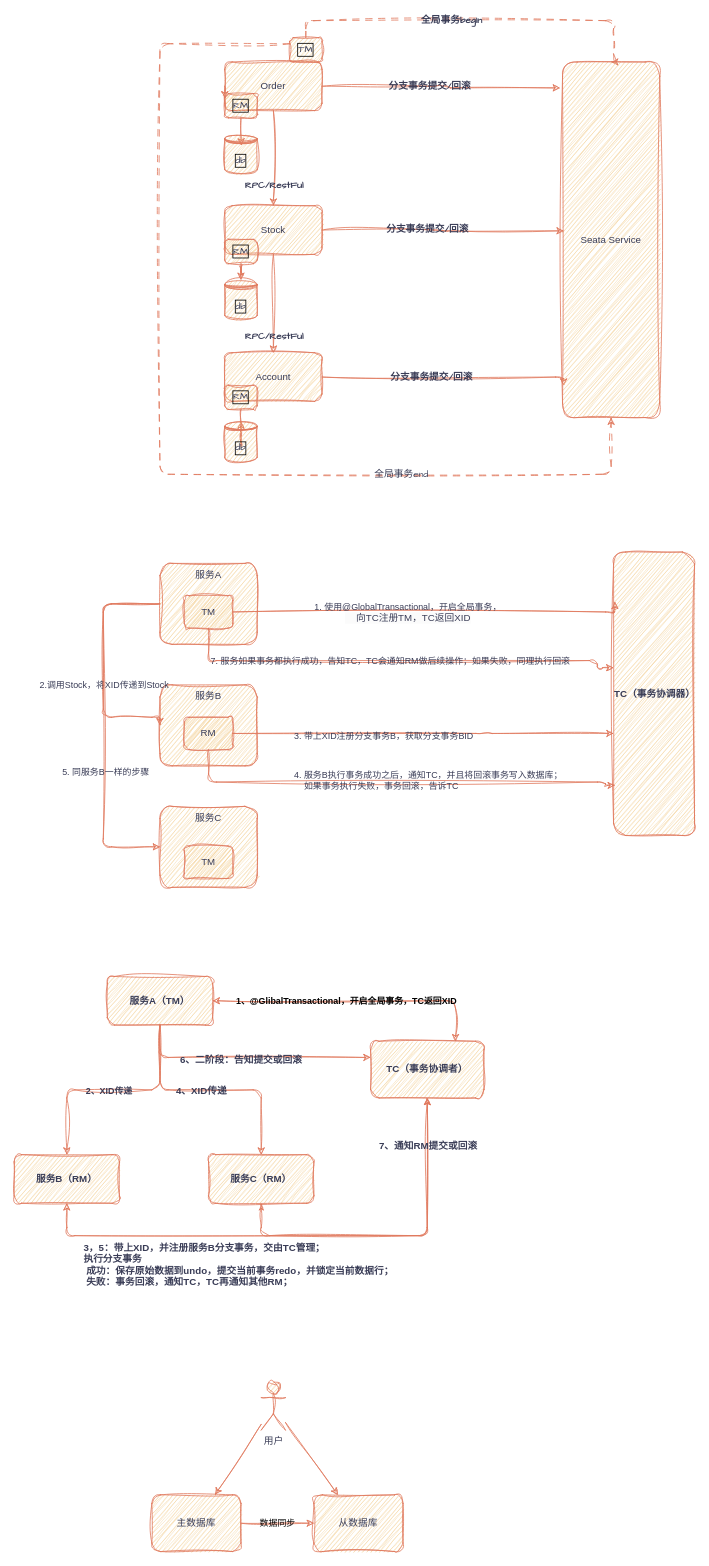
Earlier version of the draw.io diagram 分布式事务.drawio (lints123/draw_project). Source tidied: cells renumbered, new cells numbered last; positions are measured from the earlier drawing's top-left corner, leaving out a move shared by most shapes. Both pictures are drawn from the tidied source at 81%, with x=0, y=0 at pixel (14, 20).
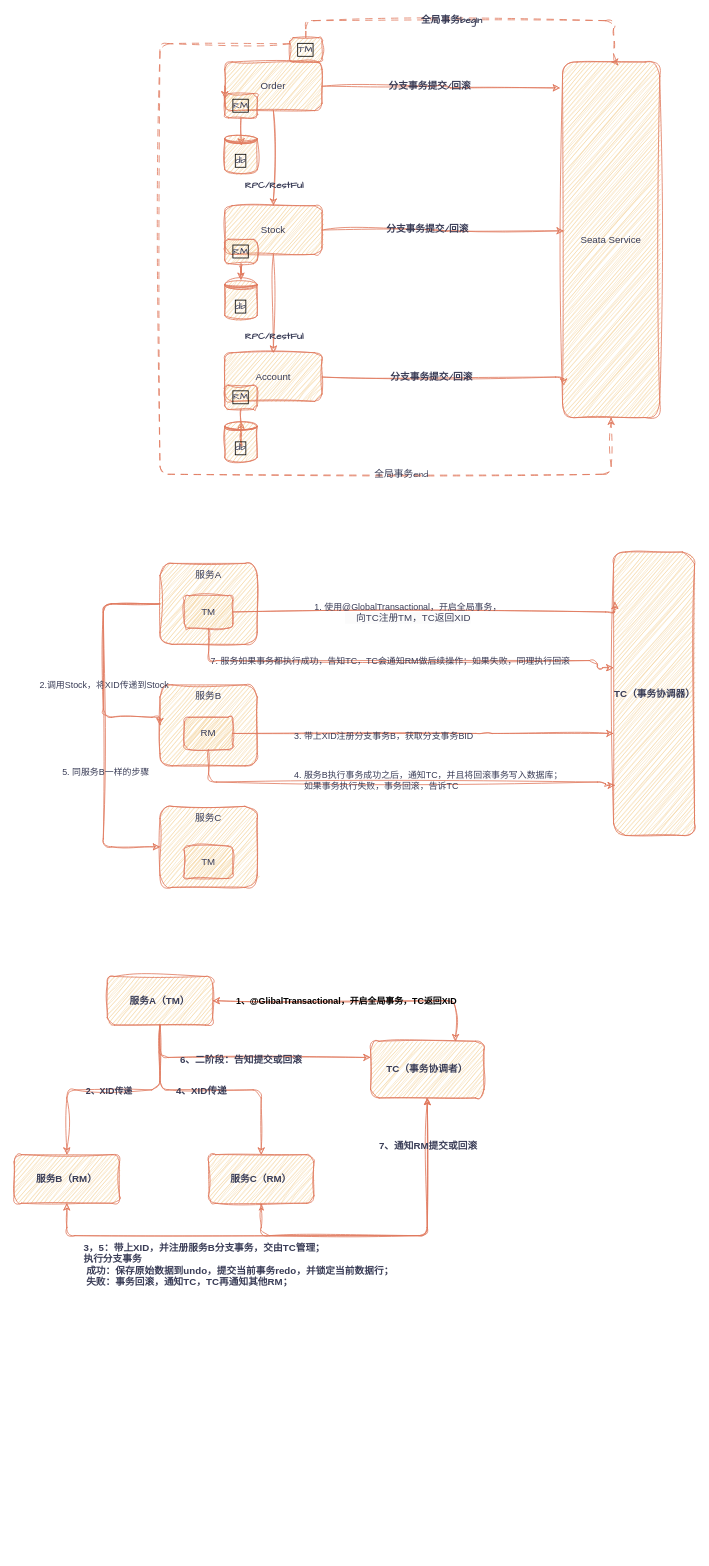
Above is the later version.

Commit message (it also covers changes not shown here):
更新分布式事务.drawio

Diff of the diagram source:
```diff
@@
-    <mxCell id="65" value="数据同步" style="edgeStyle=orthogonalEdgeStyle;rounded=1;jettySize=auto;html=1;entryX=0;entryY=0.5;entryDx=0;entryDy=0;sketch=1;curveFitting=1;jiggle=2;labelBackgroundColor=none;strokeColor=#E07A5F;fontColor=default;" parent="1" edge="1" source="66" target="70">
-      <mxGeometry relative="1" as="geometry" />
-    </mxCell>
-    <mxCell id="66" value="主数据库" style="rounded=1;whiteSpace=wrap;html=1;sketch=1;curveFitting=1;jiggle=2;labelBackgroundColor=none;fillColor=#F2CC8F;strokeColor=#E07A5F;fontColor=#393C56;" parent="1" vertex="1">
-      <mxGeometry x="170" y="1820" width="110" height="70" as="geometry" />
-    </mxCell>
-    <mxCell id="67" style="rounded=1;jettySize=auto;html=1;sketch=1;curveFitting=1;jiggle=2;labelBackgroundColor=none;strokeColor=#E07A5F;fontColor=default;" parent="1" edge="1" source="69" target="66">
-      <mxGeometry relative="1" as="geometry" />
-    </mxCell>
-    <mxCell id="68" style="rounded=1;jettySize=auto;html=1;sketch=1;curveFitting=1;jiggle=2;labelBackgroundColor=none;strokeColor=#E07A5F;fontColor=default;" parent="1" edge="1" source="69" target="70">
-      <mxGeometry relative="1" as="geometry" />
-    </mxCell>
-    <mxCell id="69" value="用户" style="shape=umlActor;verticalLabelPosition=bottom;verticalAlign=top;html=1;rounded=1;sketch=1;curveFitting=1;jiggle=2;labelBackgroundColor=none;fillColor=#F2CC8F;strokeColor=#E07A5F;fontColor=#393C56;" parent="1" vertex="1">
-      <mxGeometry x="305" y="1680" width="30" height="60" as="geometry" />
-    </mxCell>
-    <mxCell id="70" value="从数据库" style="rounded=1;whiteSpace=wrap;html=1;sketch=1;curveFitting=1;jiggle=2;labelBackgroundColor=none;fillColor=#F2CC8F;strokeColor=#E07A5F;fontColor=#393C56;" parent="1" vertex="1">
-      <mxGeometry x="370" y="1820" width="110" height="70" as="geometry" />
-    </mxCell>
```
